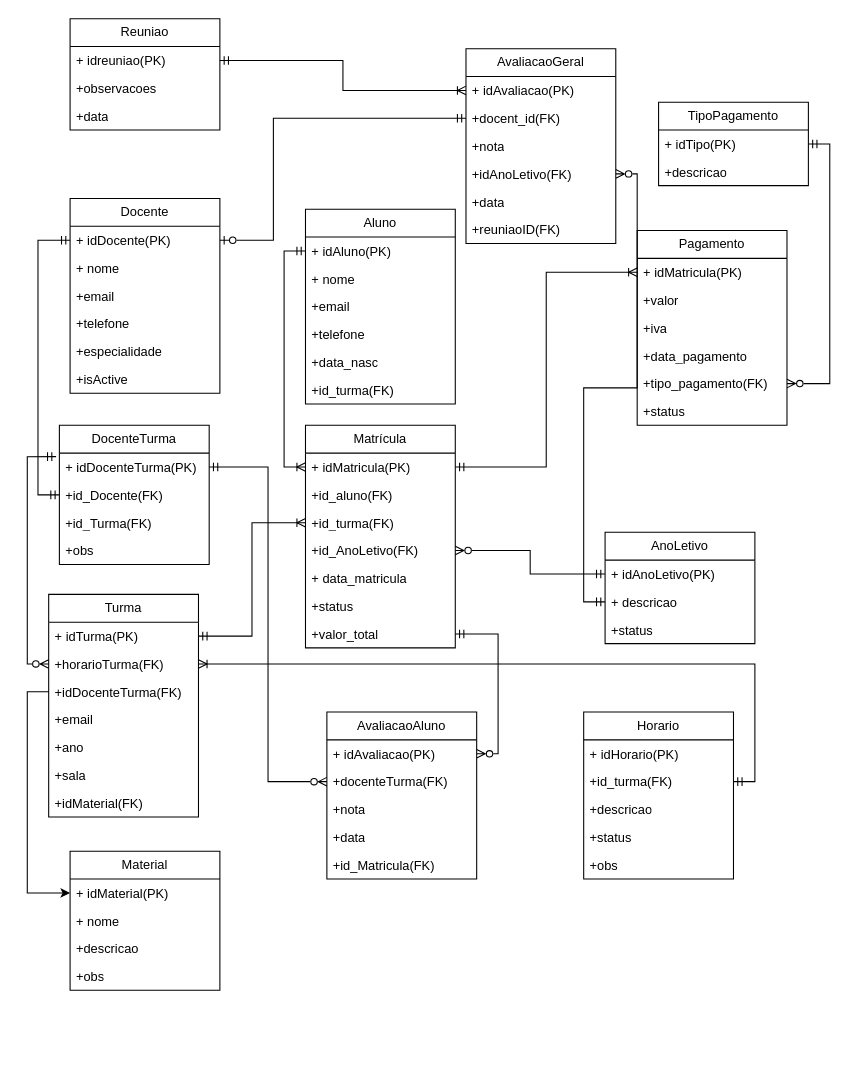
This is Diagrama sem nome.drawio from RuiSilva365/BD_PROJ1, a draw.io file, before an edit. Source tidied: cells renumbered, new cells numbered last; positions are measured from the earlier drawing's top-left corner, leaving out a move shared by most shapes. Both pictures are drawn from the tidied source at 107%, with x=0, y=0 at pixel (48, 18).
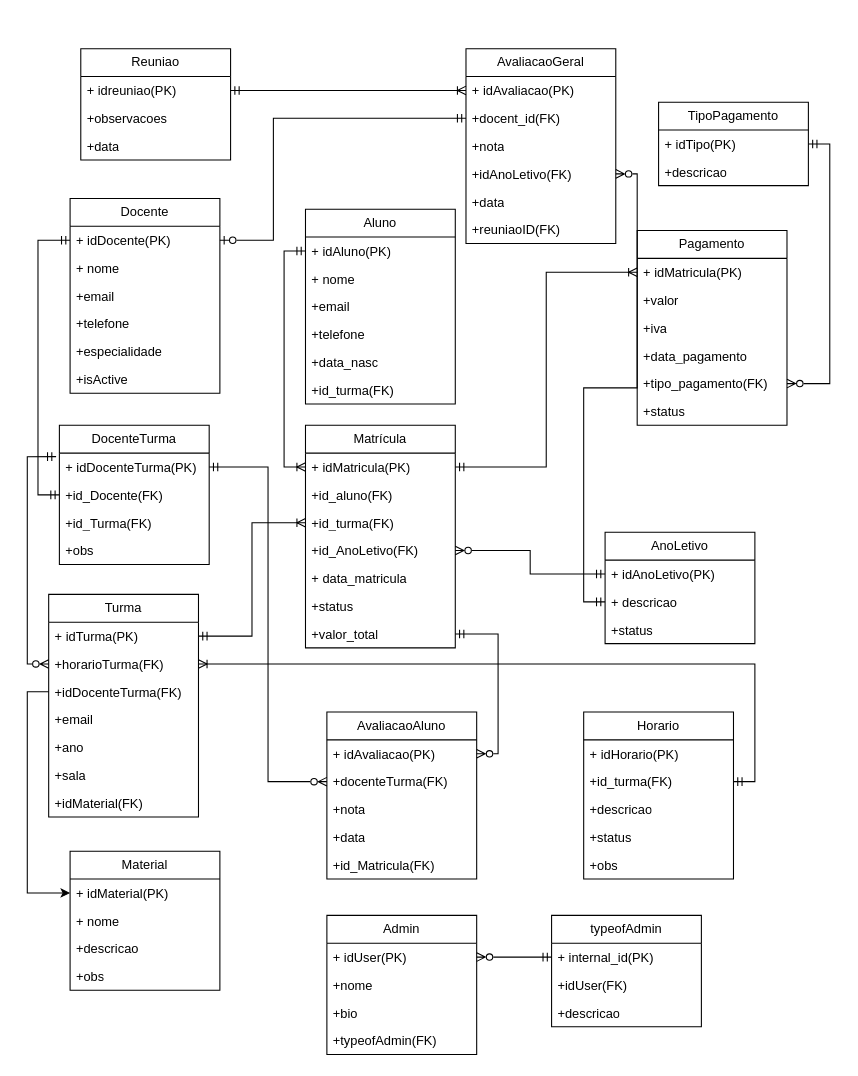
The same page after the edit.

Diff of the diagram source:
```diff
@@
     <mxCell id="88" value="Reuniao" style="swimlane;fontStyle=0;horizontal=1;startSize=26;fillColor=none;whiteSpace=wrap;html=1;" parent="1" vertex="1">
-      <mxGeometry x="20" width="140" height="104" as="geometry" />
+      <mxGeometry x="30" y="28" width="140" height="104" as="geometry" />
     </mxCell>
@@
+    <mxCell id="93" value="Admin" style="swimlane;fontStyle=0;horizontal=1;startSize=26;fillColor=none;whiteSpace=wrap;html=1;" parent="1" vertex="1">
+      <mxGeometry x="260" y="838" width="140" height="130" as="geometry" />
+    </mxCell>
+    <mxCell id="94" value="+ idUser(PK)" style="text;strokeColor=none;fillColor=none;align=left;verticalAlign=top;spacingLeft=4;spacingRight=4;overflow=hidden;points=[[0,0.5],[1,0.5]];portConstraint=eastwest;whiteSpace=wrap;html=1;" parent="93" vertex="1">
+      <mxGeometry y="26" width="140" height="26" as="geometry" />
+    </mxCell>
+    <mxCell id="95" value="+nome" style="text;strokeColor=none;fillColor=none;align=left;verticalAlign=top;spacingLeft=4;spacingRight=4;overflow=hidden;whiteSpace=wrap;html=1;" parent="93" vertex="1">
+      <mxGeometry y="52" width="140" height="26" as="geometry" />
+    </mxCell>
+    <mxCell id="96" value="+bio" style="text;strokeColor=none;fillColor=none;align=left;verticalAlign=top;spacingLeft=4;spacingRight=4;overflow=hidden;whiteSpace=wrap;html=1;" parent="93" vertex="1">
+      <mxGeometry y="78" width="140" height="26" as="geometry" />
+    </mxCell>
+    <mxCell id="97" value="+typeofAdmin(FK)" style="text;strokeColor=none;fillColor=none;align=left;verticalAlign=top;spacingLeft=4;spacingRight=4;overflow=hidden;whiteSpace=wrap;html=1;" parent="93" vertex="1">
+      <mxGeometry y="104" width="140" height="26" as="geometry" />
+    </mxCell>
+    <mxCell id="98" value="typeofAdmin" style="swimlane;fontStyle=0;horizontal=1;startSize=26;fillColor=none;whiteSpace=wrap;html=1;" parent="1" vertex="1">
+      <mxGeometry x="470" y="838" width="140" height="104" as="geometry" />
+    </mxCell>
+    <mxCell id="99" value="+ internal_id(PK)" style="text;strokeColor=none;fillColor=none;align=left;verticalAlign=top;spacingLeft=4;spacingRight=4;overflow=hidden;points=[[0,0.5],[1,0.5]];portConstraint=eastwest;whiteSpace=wrap;html=1;" parent="98" vertex="1">
+      <mxGeometry y="26" width="140" height="26" as="geometry" />
+    </mxCell>
+    <mxCell id="100" value="+idUser(FK)" style="text;strokeColor=none;fillColor=none;align=left;verticalAlign=top;spacingLeft=4;spacingRight=4;overflow=hidden;whiteSpace=wrap;html=1;" parent="98" vertex="1">
+      <mxGeometry y="52" width="140" height="26" as="geometry" />
+    </mxCell>
+    <mxCell id="101" value="+descricao" style="text;strokeColor=none;fillColor=none;align=left;verticalAlign=top;spacingLeft=4;spacingRight=4;overflow=hidden;whiteSpace=wrap;html=1;" parent="98" vertex="1">
+      <mxGeometry y="78" width="140" height="26" as="geometry" />
+    </mxCell>
+    <mxCell id="102" style="edgeStyle=orthogonalEdgeStyle;rounded=0;jettySize=auto;html=1;exitX=1;exitY=0.5;exitDx=0;exitDy=0;entryX=0;entryY=0.5;entryDx=0;entryDy=0;endArrow=ERmandOne;endFill=0;startArrow=ERzeroToMany;startFill=0;" parent="1" edge="1" source="94" target="99">
+      <mxGeometry relative="1" as="geometry" />
+    </mxCell>
```
